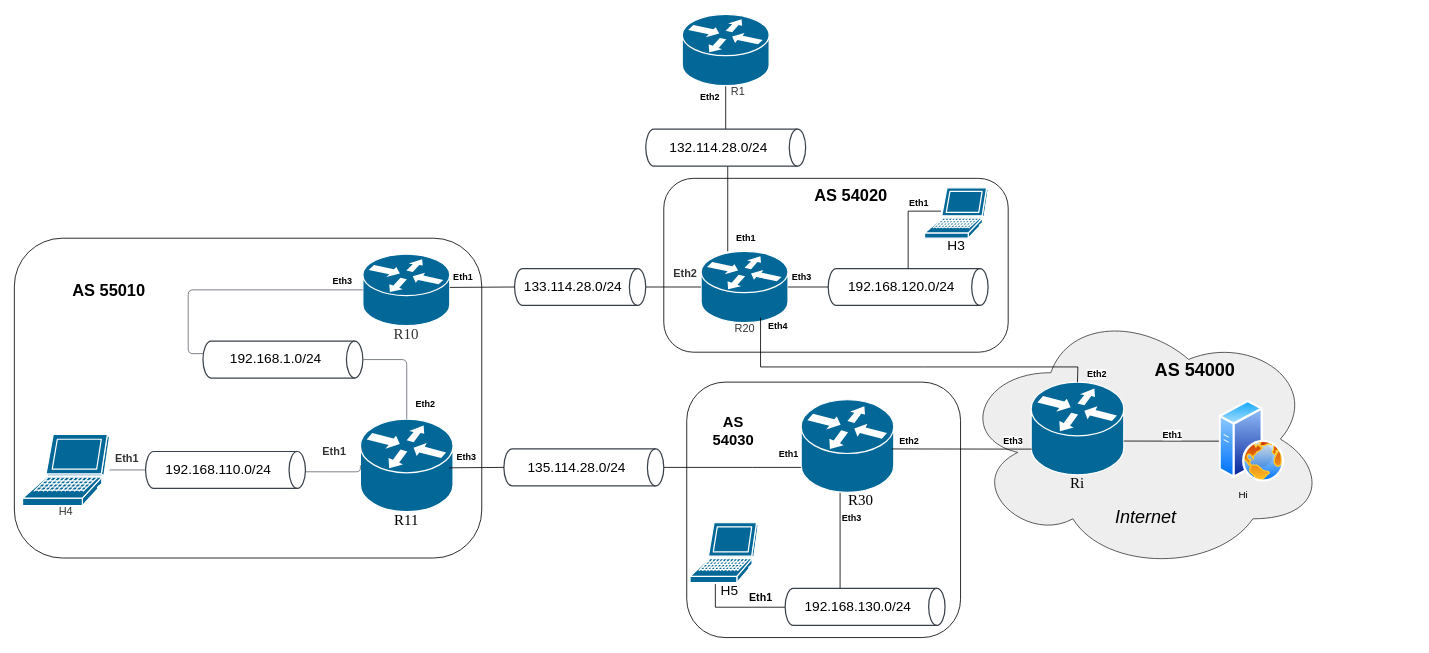
Earlier version of the draw.io diagram page "Pagina-7" (7 of 7) of topology_draw/topology.drawio (lorenzoceccanti/backboneNetworkConfigurator). Source tidied: cells renumbered, new cells numbered last; positions are measured from the earlier drawing's top-left corner, leaving out a move shared by most shapes. Both pictures are drawn from the tidied source at 82%, with x=0, y=0 at pixel (14, 14).
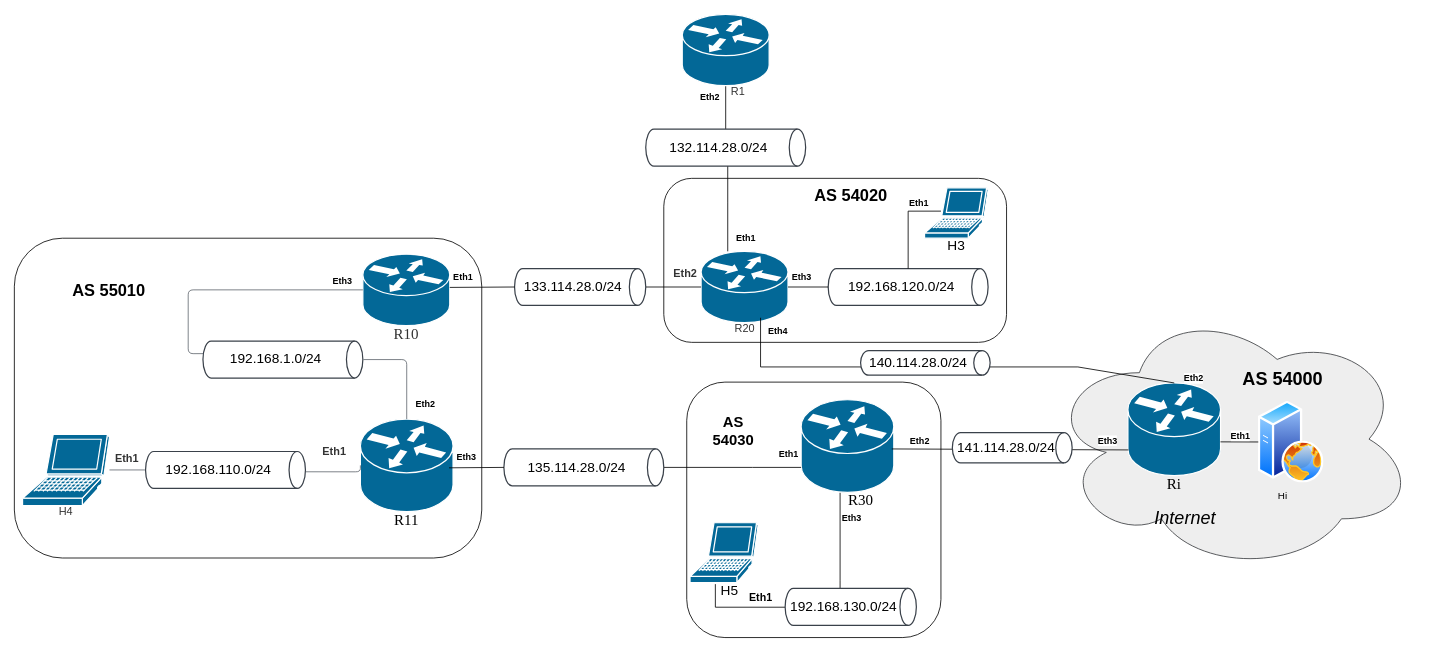
After the change.

The change refers to these unchanged cells:
```xml
<mxCell id="58" style="endArrow=none;startArrow=none;html=1;rounded=0;entryX=0.5;entryY=0;entryDx=0;entryDy=0;entryPerimeter=0;startFill=0;" parent="1" edge="1" target="29">
  <mxGeometry relative="1" as="geometry">
    <mxPoint x="910" y="370" as="sourcePoint" />
    <Array as="points">
      <mxPoint x="910" y="430" />
      <mxPoint x="1110" y="430" />
      <mxPoint x="1297" y="430" />
    </Array>
  </mxGeometry>
</mxCell>
<mxCell id="61" style="endArrow=none;startArrow=none;html=1;rounded=0;entryX=0.006;entryY=0.723;entryDx=0;entryDy=0;entryPerimeter=0;startFill=0;" parent="1" edge="1" target="29">
  <mxGeometry relative="1" as="geometry">
    <mxPoint x="1070" y="530" as="sourcePoint" />
  </mxGeometry>
</mxCell>
```

Diff of the diagram source:
```diff
@@
     <mxCell id="2" style="ellipse;shape=cloud;whiteSpace=wrap;html=1;fillColor=#eeeeee;strokeColor=#36393d;" parent="1" vertex="1">
-      <mxGeometry x="1152" y="356" width="448" height="324" as="geometry" />
+      <mxGeometry x="1260" y="356" width="448" height="324" as="geometry" />
     </mxCell>
@@
     <mxCell id="28" value="&lt;b&gt;&lt;font style=&quot;font-size: 22px;&quot;&gt;AS 54000&lt;/font&gt;&lt;/b&gt;" style="text;html=1;align=center;verticalAlign=middle;whiteSpace=wrap;rounded=0;" parent="1" vertex="1">
-      <mxGeometry x="1370" y="418.5" width="140" height="30" as="geometry" />
+      <mxGeometry x="1477" y="430" width="140" height="30" as="geometry" />
     </mxCell>
     <mxCell id="29" value="Ri" style="html=1;overflow=block;blockSpacing=1;whiteSpace=wrap;shape=mxgraph.cisco.routers.router;verticalLabelPosition=bottom;verticalAlign=top;fillColor=#036897;strokeColor=#ffffff;fontSize=18.3;fontFamily=Liberation Serif;spacing=0;strokeOpacity=100;fillOpacity=100;strokeWidth=1.5;lucidId=0vuSmZRLHlov;" parent="1" vertex="1">
-      <mxGeometry x="1240" y="448.5" width="113" height="113" as="geometry" />
+      <mxGeometry x="1358" y="449.5" width="113" height="113" as="geometry" />
     </mxCell>
     <mxCell id="30" style="image;perimeter=ellipsePerimeter;html=1;align=center;shadow=0;dashed=0;spacingTop=3;image=img/lib/active_directory/web_server.svg;" parent="1" vertex="1">
-      <mxGeometry x="1469" y="470.5" width="80" height="100" as="geometry" />
+      <mxGeometry x="1517" y="471.5" width="80" height="100" as="geometry" />
     </mxCell>
@@
     <mxCell id="33" value="Hi" style="text;html=1;align=center;verticalAlign=middle;whiteSpace=wrap;rounded=0;" parent="1" vertex="1">
-      <mxGeometry x="1469" y="570.5" width="60" height="30" as="geometry" />
+      <mxGeometry x="1517" y="571.5" width="60" height="30" as="geometry" />
     </mxCell>
     <mxCell id="34" value="&lt;i&gt;&lt;font style=&quot;font-size: 22px;&quot;&gt;Internet&lt;/font&gt;&lt;/i&gt;" style="text;html=1;align=center;verticalAlign=middle;whiteSpace=wrap;rounded=0;" parent="1" vertex="1">
-      <mxGeometry x="1310" y="599.1" width="140" height="30" as="geometry" />
+      <mxGeometry x="1358" y="600.1" width="140" height="30" as="geometry" />
     </mxCell>
@@
     <mxCell id="41" value="192.168.130.0/24" style="html=1;overflow=block;blockSpacing=1;whiteSpace=wrap;shape=cylinder3;direction=south;size=10;anchorPointDirection=0;boundedLbl=1;fontSize=16.7;spacing=3.8;strokeColor=#3a414a;strokeOpacity=100;fillOpacity=100;rounded=1;absoluteArcSize=1;arcSize=9;fillColor=#ffffff;strokeWidth=1.5;lucidId=qKVRq.omtLO-;" parent="1" vertex="1">
-      <mxGeometry x="940" y="700.1" width="195" height="45" as="geometry" />
+      <mxGeometry x="940" y="700.1" width="160" height="45" as="geometry" />
     </mxCell>
@@
     <mxCell id="52" style="rounded=1;whiteSpace=wrap;html=1;fillColor=none;" parent="1" vertex="1">
-      <mxGeometry x="820" y="448.5" width="333.9" height="311.5" as="geometry" />
+      <mxGeometry x="820" y="448.5" width="310" height="311.5" as="geometry" />
     </mxCell>
@@
     <mxCell id="55" style="rounded=1;whiteSpace=wrap;html=1;arcSize=17;fillColor=none;" parent="1" vertex="1">
-      <mxGeometry x="792" y="200" width="420" height="212" as="geometry" />
+      <mxGeometry x="792" y="200" width="418" height="200" as="geometry" />
     </mxCell>
@@
     <mxCell id="60" value="&lt;b&gt;Eth2&lt;/b&gt;" style="edgeLabel;html=1;align=center;verticalAlign=middle;" parent="58" vertex="1">
       <mxGeometry x="0.96" y="-1" relative="1" as="geometry">
-        <mxPoint x="24" as="offset" />
+        <mxPoint x="34" y="-5" as="offset" />
       </mxGeometry>
     </mxCell>
@@
     <mxCell id="63" value="&lt;b&gt;Eth3&lt;/b&gt;" style="edgeLabel;html=1;align=center;verticalAlign=middle;" parent="61" vertex="1">
       <mxGeometry x="0.73" y="-3" relative="1" as="geometry">
-        <mxPoint y="-13" as="offset" />
+        <mxPoint x="13" y="-15" as="offset" />
       </mxGeometry>
     </mxCell>
@@
+    <mxCell id="65" value="&lt;font&gt;140.114.28.0/24&lt;/font&gt;" style="html=1;overflow=block;blockSpacing=1;whiteSpace=wrap;shape=cylinder3;direction=south;size=10;anchorPointDirection=0;boundedLbl=1;fontSize=16.7;spacing=3.8;verticalAlign=middle;strokeColor=#3a414a;strokeOpacity=100;fillOpacity=100;rounded=1;absoluteArcSize=1;arcSize=9;fillColor=#ffffff;strokeWidth=1.5;lucidId=xoVR4ob_kkQF;" parent="1" vertex="1">
+      <mxGeometry x="1032" y="410" width="158" height="30" as="geometry" />
+    </mxCell>
+    <mxCell id="66" value="141.114.28.0/24" style="html=1;overflow=block;blockSpacing=1;whiteSpace=wrap;shape=cylinder3;direction=south;size=10;anchorPointDirection=0;boundedLbl=1;fontSize=16.7;spacing=3.8;verticalAlign=middle;strokeColor=#3a414a;strokeOpacity=100;fillOpacity=100;rounded=1;absoluteArcSize=1;arcSize=9;fillColor=#ffffff;strokeWidth=1.5;lucidId=xoVR4ob_kkQF;" parent="1" vertex="1">
+      <mxGeometry x="1143.9" y="510" width="146.1" height="37.1" as="geometry" />
+    </mxCell>
```
